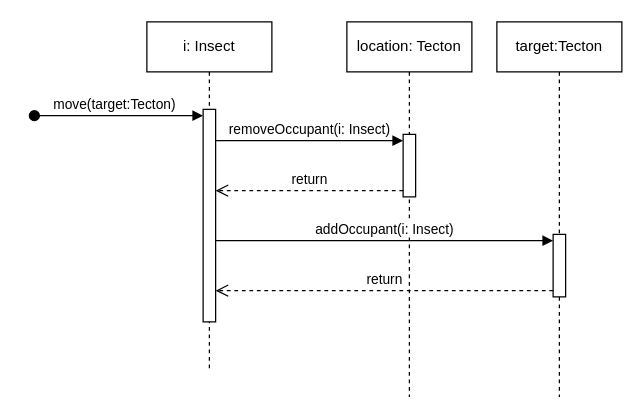
koharzsombor/bandITs keeps this draw.io diagram as page "InsectMove" (9 of 12) of Szekvencia_Diagrammok.drawio. Above is the earlier version. Source tidied: cells renumbered, new cells numbered last; positions are measured from the earlier drawing's top-left corner, leaving out a move shared by most shapes. Both pictures are drawn from the tidied source at 125%, with x=0, y=0 at pixel (34, 21).
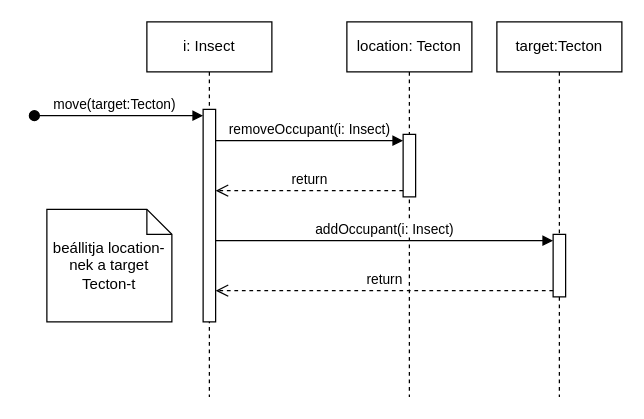
The same diagram, later.

Diff of the diagram source:
```diff
@@
 <mxGraphModel>
   <root>
     <mxCell id="0" />
     <mxCell id="1" parent="0" />
     <mxCell id="2" value="i: Insect" style="shape=umlLifeline;perimeter=lifelinePerimeter;whiteSpace=wrap;html=1;newEdgeStyle={&quot;curved&quot;:0,&quot;rounded&quot;:0};" parent="1" vertex="1">
-      <mxGeometry x="90" width="100" height="280" as="geometry" />
+      <mxGeometry x="90" width="100" height="300" as="geometry" />
     </mxCell>
     <mxCell id="3" style="html=1;points=[[0,0,0,0,5],[0,1,0,0,-5],[1,0,0,0,5],[1,1,0,0,-5]];perimeter=orthogonalPerimeter;outlineConnect=0;targetShapes=umlLifeline;portConstraint=eastwest;newEdgeStyle={&quot;curved&quot;:0,&quot;rounded&quot;:0};" parent="2" vertex="1">
       <mxGeometry x="45" y="70" width="10" height="170" as="geometry" />
     </mxCell>
     <mxCell id="4" value="move(target:Tecton)" style="html=1;verticalAlign=bottom;startArrow=oval;endArrow=block;startSize=8;curved=0;rounded=0;entryX=0;entryY=0;entryDx=0;entryDy=5;" parent="2" edge="1" target="3">
       <mxGeometry x="-0.05" relative="1" as="geometry">
         <mxPoint x="-90" y="75" as="sourcePoint" />
       </mxGeometry>
     </mxCell>
     <mxCell id="5" value="location: Tecton" style="shape=umlLifeline;perimeter=lifelinePerimeter;whiteSpace=wrap;html=1;newEdgeStyle={&quot;curved&quot;:0,&quot;rounded&quot;:0};" parent="1" vertex="1">
       <mxGeometry x="250" width="100" height="300" as="geometry" />
     </mxCell>
     <mxCell id="6" style="html=1;points=[[0,0,0,0,5],[0,1,0,0,-5],[1,0,0,0,5],[1,1,0,0,-5]];perimeter=orthogonalPerimeter;outlineConnect=0;targetShapes=umlLifeline;portConstraint=eastwest;newEdgeStyle={&quot;curved&quot;:0,&quot;rounded&quot;:0};" parent="5" vertex="1">
       <mxGeometry x="45" y="90" width="10" height="50" as="geometry" />
     </mxCell>
     <mxCell id="7" value="target:Tecton" style="shape=umlLifeline;perimeter=lifelinePerimeter;whiteSpace=wrap;html=1;newEdgeStyle={&quot;curved&quot;:0,&quot;rounded&quot;:0};" parent="1" vertex="1">
       <mxGeometry x="370" width="100" height="300" as="geometry" />
     </mxCell>
     <mxCell id="8" style="html=1;points=[[0,0,0,0,5],[0,1,0,0,-5],[1,0,0,0,5],[1,1,0,0,-5]];perimeter=orthogonalPerimeter;outlineConnect=0;targetShapes=umlLifeline;portConstraint=eastwest;newEdgeStyle={&quot;curved&quot;:0,&quot;rounded&quot;:0};" parent="7" vertex="1">
       <mxGeometry x="45" y="170" width="10" height="50" as="geometry" />
     </mxCell>
     <mxCell id="9" value="removeOccupant(i: Insect)" style="html=1;verticalAlign=bottom;endArrow=block;curved=0;rounded=0;entryX=0;entryY=0;entryDx=0;entryDy=5;" parent="1" edge="1" source="3" target="6">
       <mxGeometry relative="1" as="geometry" />
     </mxCell>
     <mxCell id="10" value="return" style="html=1;verticalAlign=bottom;endArrow=open;dashed=1;endSize=8;curved=0;rounded=0;exitX=0;exitY=1;exitDx=0;exitDy=-5;" parent="1" edge="1" source="6" target="3">
       <mxGeometry relative="1" as="geometry" />
     </mxCell>
     <mxCell id="11" value="addOccupant(i: Insect)" style="html=1;verticalAlign=bottom;endArrow=block;curved=0;rounded=0;entryX=0;entryY=0;entryDx=0;entryDy=5;" parent="1" edge="1" source="3" target="8">
       <mxGeometry relative="1" as="geometry" />
     </mxCell>
     <mxCell id="12" value="return" style="html=1;verticalAlign=bottom;endArrow=open;dashed=1;endSize=8;curved=0;rounded=0;exitX=0;exitY=1;exitDx=0;exitDy=-5;" parent="1" edge="1" source="8" target="3">
       <mxGeometry relative="1" as="geometry" />
     </mxCell>
+    <mxCell id="13" value="beállitja location-nek a target Tecton-t" style="shape=note;size=20;whiteSpace=wrap;html=1;" parent="1" vertex="1">
+      <mxGeometry x="10" y="150" width="100" height="90" as="geometry" />
+    </mxCell>
   </root>
 </mxGraphModel>
```
